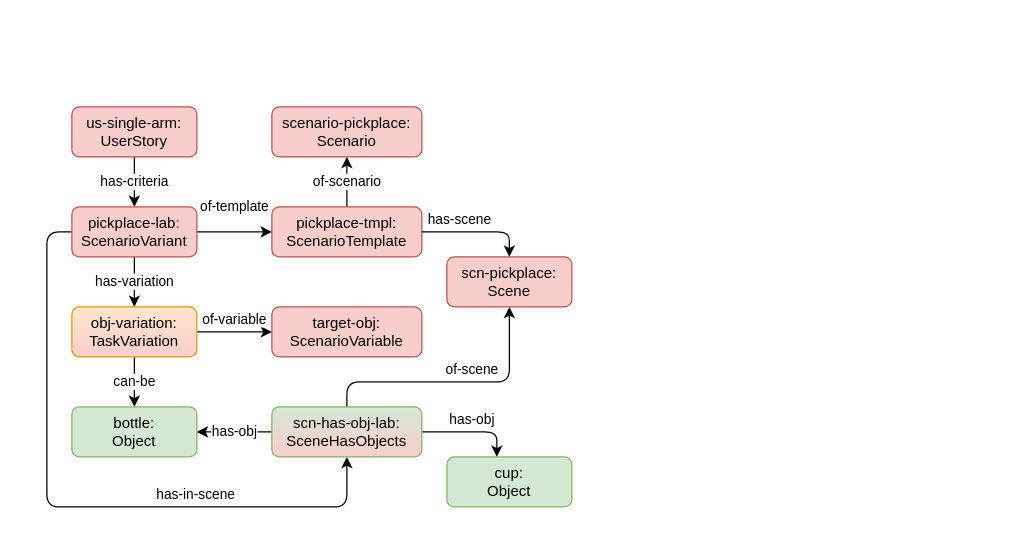
minhnh/drawio-diagrams keeps this draw.io diagram as page "pick-complete-composition" (7 of 7) of bdd-example-pickplace.drawio. Above is the earlier version. Source tidied: cells renumbered, new cells numbered last; positions are measured from the earlier drawing's top-left corner, leaving out a move shared by most shapes. Both pictures are drawn from the tidied source at 125%, with x=0, y=0 at pixel (46, 106).
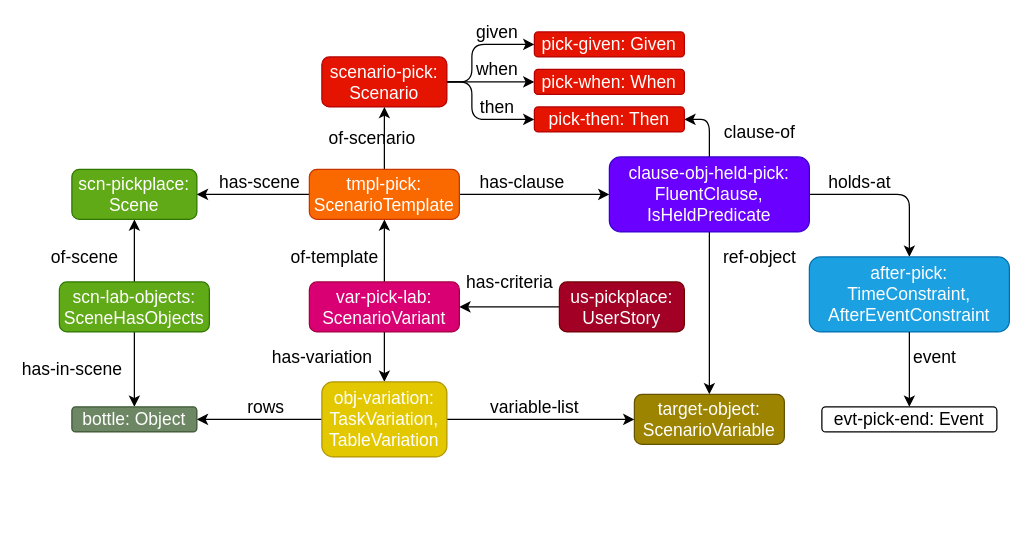
Above is the later version.

Commit message (it also covers changes not shown here):
update & color pickplace examples for bdd-dsl docs

The edit, as a diff of the source:
```diff
@@
-    <mxCell id="2" value="scenario-pickplace: Scenario" style="rounded=1;whiteSpace=wrap;html=1;fillColor=#f8cecc;strokeColor=#b85450;" parent="1" vertex="1">
-      <mxGeometry x="180" width="120" height="40" as="geometry" />
-    </mxCell>
+    <mxCell id="23" value="holds-at" style="edgeStyle=orthogonalEdgeStyle;shape=connector;rounded=1;jettySize=auto;html=1;labelBackgroundColor=default;strokeColor=default;align=center;verticalAlign=middle;fontFamily=Helvetica;fontSize=14;fontColor=default;endArrow=classic;" parent="1" edge="1" source="26" target="27">
+      <mxGeometry x="-0.38" y="10" relative="1" as="geometry">
+        <Array as="points">
+          <mxPoint x="690" y="70" />
+        </Array>
+      </mxGeometry>
+    </mxCell>
+    <mxCell id="24" value="clause-of" style="edgeStyle=orthogonalEdgeStyle;shape=connector;rounded=1;jettySize=auto;html=1;labelBackgroundColor=default;strokeColor=default;align=center;verticalAlign=middle;fontFamily=Helvetica;fontSize=14;fontColor=default;endArrow=classic;" parent="1" edge="1" source="26" target="31">
+      <mxGeometry x="-0.2" y="-40" relative="1" as="geometry">
+        <Array as="points">
+          <mxPoint x="530" y="10" />
+        </Array>
+      </mxGeometry>
+    </mxCell>
+    <mxCell id="25" value="ref-object" style="edgeStyle=orthogonalEdgeStyle;shape=connector;rounded=1;jettySize=auto;html=1;labelBackgroundColor=none;strokeColor=default;align=center;verticalAlign=middle;fontFamily=Helvetica;fontSize=14;fontColor=default;endArrow=classic;" parent="1" edge="1" source="26" target="35">
+      <mxGeometry x="-0.69" y="40" relative="1" as="geometry" />
+    </mxCell>
+    <mxCell id="26" value="clause-obj-held-pick: FluentClause,&lt;br&gt;IsHeldPredicate" style="rounded=1;whiteSpace=wrap;html=1;fillColor=#6a00ff;strokeColor=#3700CC;fontSize=14;labelBackgroundColor=none;fontColor=#ffffff;" parent="1" vertex="1">
+      <mxGeometry x="450" y="40" width="160" height="60" as="geometry" />
+    </mxCell>
+    <mxCell id="27" value="after-pick: TimeConstraint,&lt;br&gt;AfterEventConstraint" style="rounded=1;whiteSpace=wrap;html=1;fillColor=#1ba1e2;strokeColor=#006EAF;fontSize=14;labelBackgroundColor=none;fontColor=#ffffff;" parent="1" vertex="1">
+      <mxGeometry x="610" y="120" width="160" height="60" as="geometry" />
+    </mxCell>
+    <mxCell id="28" value="then" style="edgeStyle=orthogonalEdgeStyle;shape=connector;rounded=1;jettySize=auto;html=1;labelBackgroundColor=none;strokeColor=default;align=center;verticalAlign=middle;fontFamily=Helvetica;fontSize=14;fontColor=default;endArrow=classic;" parent="1" edge="1" source="30" target="31">
+      <mxGeometry x="0.4" y="10" relative="1" as="geometry">
+        <Array as="points">
+          <mxPoint x="340" y="-20" />
+          <mxPoint x="340" y="10" />
+        </Array>
+      </mxGeometry>
+    </mxCell>
+    <mxCell id="29" value="when" style="edgeStyle=orthogonalEdgeStyle;shape=connector;rounded=1;jettySize=auto;html=1;labelBackgroundColor=none;strokeColor=default;align=center;verticalAlign=middle;fontFamily=Helvetica;fontSize=14;fontColor=default;endArrow=classic;" parent="1" edge="1" source="30" target="33">
+      <mxGeometry x="0.14" y="10" relative="1" as="geometry" />
+    </mxCell>
+    <mxCell id="30" value="scenario-pick: Scenario" style="rounded=1;whiteSpace=wrap;html=1;fillColor=#e51400;strokeColor=#B20000;fontSize=14;labelBackgroundColor=none;fontColor=#ffffff;" parent="1" vertex="1">
+      <mxGeometry x="220" y="-40" width="100" height="40" as="geometry" />
+    </mxCell>
+    <mxCell id="31" value="pick-then: Then" style="rounded=1;whiteSpace=wrap;html=1;fillColor=#e51400;strokeColor=#B20000;fontSize=14;labelBackgroundColor=none;fontColor=#ffffff;" parent="1" vertex="1">
+      <mxGeometry x="390" width="120" height="20" as="geometry" />
+    </mxCell>
+    <mxCell id="32" value="pick-given: Given" style="rounded=1;whiteSpace=wrap;html=1;fillColor=#e51400;strokeColor=#B20000;fontSize=14;labelBackgroundColor=none;fontColor=#ffffff;" parent="1" vertex="1">
+      <mxGeometry x="390" y="-60" width="120" height="20" as="geometry" />
+    </mxCell>
+    <mxCell id="33" value="pick-when: When" style="rounded=1;whiteSpace=wrap;html=1;fillColor=#e51400;strokeColor=#B20000;fontSize=14;labelBackgroundColor=none;fontColor=#ffffff;" parent="1" vertex="1">
+      <mxGeometry x="390" y="-30" width="120" height="20" as="geometry" />
+    </mxCell>
+    <mxCell id="34" value="given" style="edgeStyle=orthogonalEdgeStyle;shape=connector;rounded=1;jettySize=auto;html=1;labelBackgroundColor=none;strokeColor=default;align=center;verticalAlign=middle;fontFamily=Helvetica;fontSize=14;fontColor=default;endArrow=classic;" parent="1" edge="1" source="30" target="32">
+      <mxGeometry x="0.4" y="10" relative="1" as="geometry">
+        <Array as="points">
+          <mxPoint x="340" y="-20" />
+          <mxPoint x="340" y="-50" />
+        </Array>
+      </mxGeometry>
+    </mxCell>
+    <mxCell id="35" value="target-object: ScenarioVariable" style="rounded=1;whiteSpace=wrap;html=1;fillColor=#9C8300;strokeColor=#635300;fontSize=14;labelBackgroundColor=none;fontColor=#ffffff;" parent="1" vertex="1">
+      <mxGeometry x="470" y="230" width="120" height="40" as="geometry" />
+    </mxCell>
+    <mxCell id="36" value="event" style="edgeStyle=orthogonalEdgeStyle;rounded=1;jettySize=auto;html=1;strokeColor=default;align=center;verticalAlign=middle;fontFamily=Helvetica;fontSize=14;fontColor=default;labelBackgroundColor=none;endArrow=classic;" parent="1" edge="1" source="27" target="37">
+      <mxGeometry x="-0.33" y="20" relative="1" as="geometry" />
+    </mxCell>
+    <mxCell id="37" value="evt-pick-end: Event" style="rounded=1;whiteSpace=wrap;html=1;fontSize=14;labelBackgroundColor=none;" parent="1" vertex="1">
+      <mxGeometry x="620" y="240" width="140" height="20" as="geometry" />
+    </mxCell>
+    <mxCell id="17" value="of-scene" style="edgeStyle=orthogonalEdgeStyle;shape=connector;rounded=1;jettySize=auto;html=1;strokeColor=default;align=center;verticalAlign=middle;fontFamily=Helvetica;fontSize=14;fontColor=default;labelBackgroundColor=none;endArrow=classic;" parent="1" edge="1" source="38" target="39">
+      <mxGeometry x="-0.2" y="40" relative="1" as="geometry" />
+    </mxCell>
+    <mxCell id="14" value="has-in-scene" style="edgeStyle=orthogonalEdgeStyle;shape=connector;rounded=1;jettySize=auto;html=1;strokeColor=default;align=center;verticalAlign=middle;fontFamily=Helvetica;fontSize=14;fontColor=default;labelBackgroundColor=none;endArrow=classic;" parent="1" edge="1" source="38" target="11">
+      <mxGeometry y="-50" relative="1" as="geometry" />
+    </mxCell>
+    <mxCell id="38" value="scn-lab-objects: SceneHasObjects" style="rounded=1;whiteSpace=wrap;html=1;fillColor=#60A917;strokeColor=#2D7600;gradientColor=none;fontColor=#FFFFFF;fontSize=14;" parent="1" vertex="1">
+      <mxGeometry x="10" y="140" width="120" height="40" as="geometry" />
+    </mxCell>
+    <mxCell id="39" value="scn-pickplace&lt;span style=&quot;background-color: transparent; color: light-dark(rgb(255, 255, 255), rgb(18, 18, 18));&quot;&gt;:&lt;/span&gt;&lt;div&gt;Scene&lt;/div&gt;" style="rounded=1;whiteSpace=wrap;html=1;fillColor=#60A917;strokeColor=#2D7600;fontColor=#FFFFFF;fontSize=14;" parent="1" vertex="1">
+      <mxGeometry x="20" y="50" width="100" height="40" as="geometry" />
+    </mxCell>
-    <mxCell id="3" value="of-scenario" style="edgeStyle=orthogonalEdgeStyle;shape=connector;rounded=1;jettySize=auto;html=1;labelBackgroundColor=default;strokeColor=default;align=center;verticalAlign=middle;fontFamily=Helvetica;fontSize=11;fontColor=default;endArrow=classic;" parent="1" edge="1" source="4" target="2">
-      <mxGeometry relative="1" as="geometry" />
+    <mxCell id="3" value="of-scenario" style="edgeStyle=orthogonalEdgeStyle;shape=connector;rounded=1;jettySize=auto;html=1;strokeColor=default;align=center;verticalAlign=middle;fontFamily=Helvetica;fontSize=14;fontColor=default;labelBackgroundColor=none;endArrow=classic;" parent="1" edge="1" source="41" target="30">
+      <mxGeometry y="10" relative="1" as="geometry" />
     </mxCell>
-    <mxCell id="4" value="pickplace-tmpl: ScenarioTemplate" style="rounded=1;whiteSpace=wrap;html=1;fillColor=#f8cecc;strokeColor=#b85450;" parent="1" vertex="1">
-      <mxGeometry x="180" y="80" width="120" height="40" as="geometry" />
-    </mxCell>
-    <mxCell id="5" value="target-obj: ScenarioVariable" style="rounded=1;whiteSpace=wrap;html=1;fillColor=#f8cecc;strokeColor=#b85450;" parent="1" vertex="1">
-      <mxGeometry x="180" y="160" width="120" height="40" as="geometry" />
-    </mxCell>
+    <mxCell id="40" value="has-clause" style="edgeStyle=orthogonalEdgeStyle;shape=connector;rounded=1;jettySize=auto;html=1;strokeColor=default;align=center;verticalAlign=middle;fontFamily=Helvetica;fontSize=14;fontColor=default;labelBackgroundColor=none;endArrow=classic;" parent="1" edge="1" source="41" target="26">
+      <mxGeometry x="-0.17" y="10" relative="1" as="geometry" />
+    </mxCell>
+    <mxCell id="20" value="has-scene" style="edgeStyle=orthogonalEdgeStyle;shape=connector;rounded=1;jettySize=auto;html=1;strokeColor=default;align=center;verticalAlign=middle;fontFamily=Helvetica;fontSize=14;fontColor=default;labelBackgroundColor=none;endArrow=classic;" parent="1" edge="1" source="41" target="39">
+      <mxGeometry x="-0.11" y="-10" relative="1" as="geometry" />
+    </mxCell>
+    <mxCell id="41" value="tmpl-pick: ScenarioTemplate" style="rounded=1;whiteSpace=wrap;html=1;fillColor=#fa6800;strokeColor=#C73500;fontSize=14;fontColor=#FFFFFF;" parent="1" vertex="1">
+      <mxGeometry x="210" y="50" width="120" height="40" as="geometry" />
+    </mxCell>
+    <mxCell id="13" value="of-template" style="edgeStyle=orthogonalEdgeStyle;shape=connector;rounded=1;jettySize=auto;html=1;strokeColor=default;align=center;verticalAlign=middle;fontFamily=Helvetica;fontSize=14;fontColor=default;labelBackgroundColor=none;endArrow=classic;" parent="1" edge="1" source="42" target="41">
+      <mxGeometry x="-0.2" y="40" relative="1" as="geometry" />
+    </mxCell>
+    <mxCell id="12" value="has-variation" style="edgeStyle=orthogonalEdgeStyle;shape=connector;rounded=1;jettySize=auto;html=1;strokeColor=default;align=center;verticalAlign=middle;fontFamily=Helvetica;fontSize=14;fontColor=default;labelBackgroundColor=none;endArrow=classic;" parent="1" edge="1" source="42" target="46">
+      <mxGeometry y="-50" relative="1" as="geometry" />
+    </mxCell>
+    <mxCell id="42" value="var-pick-lab: ScenarioVariant" style="rounded=1;whiteSpace=wrap;html=1;fillColor=#d80073;strokeColor=#A50040;fontSize=14;fontColor=#ffffff;" parent="1" vertex="1">
+      <mxGeometry x="210" y="140" width="120" height="40" as="geometry" />
+    </mxCell>
-    <mxCell id="6" value="has-criteria" style="edgeStyle=orthogonalEdgeStyle;rounded=1;jettySize=auto;html=1;labelBackgroundColor=default;" parent="1" edge="1" source="7" target="15">
-      <mxGeometry relative="1" as="geometry" />
+    <mxCell id="6" value="has-criteria" style="edgeStyle=orthogonalEdgeStyle;shape=connector;rounded=1;jettySize=auto;html=1;strokeColor=default;align=center;verticalAlign=middle;fontFamily=Helvetica;fontSize=14;fontColor=default;labelBackgroundColor=none;endArrow=classic;" parent="1" edge="1" source="43" target="42">
+      <mxGeometry y="-20" relative="1" as="geometry" />
     </mxCell>
-    <mxCell id="7" value="us-single-arm: UserStory" style="rounded=1;whiteSpace=wrap;html=1;fillColor=#f8cecc;strokeColor=#b85450;" parent="1" vertex="1">
-      <mxGeometry x="20" width="100" height="40" as="geometry" />
-    </mxCell>
-    <mxCell id="8" value="can-be" style="edgeStyle=orthogonalEdgeStyle;rounded=1;jettySize=auto;html=1;labelBackgroundColor=default;" parent="1" edge="1" source="10" target="11">
-      <mxGeometry relative="1" as="geometry" />
-    </mxCell>
-    <mxCell id="9" value="of-variable" style="edgeStyle=orthogonalEdgeStyle;shape=connector;rounded=1;jettySize=auto;html=1;labelBackgroundColor=default;strokeColor=default;align=center;verticalAlign=middle;fontFamily=Helvetica;fontSize=11;fontColor=default;endArrow=classic;jumpStyle=arc;" parent="1" edge="1" source="10" target="5">
-      <mxGeometry y="10" relative="1" as="geometry" />
-    </mxCell>
-    <mxCell id="10" value="obj-variation: TaskVariation" style="rounded=1;whiteSpace=wrap;html=1;fillColor=#ffe6cc;strokeColor=#d79b00;gradientColor=#F8CECC;" parent="1" vertex="1">
-      <mxGeometry x="20" y="160" width="100" height="40" as="geometry" />
-    </mxCell>
+    <mxCell id="43" value="us-pickplace: UserStory" style="rounded=1;whiteSpace=wrap;html=1;fontSize=14;fillColor=#a20025;strokeColor=#6F0000;fontColor=#ffffff;" parent="1" vertex="1">
+      <mxGeometry x="410" y="140" width="100" height="40" as="geometry" />
+    </mxCell>
+    <mxCell id="44" value="variable-list" style="edgeStyle=orthogonalEdgeStyle;shape=connector;rounded=1;jettySize=auto;html=1;strokeColor=default;align=center;verticalAlign=middle;fontFamily=Helvetica;fontSize=14;fontColor=default;labelBackgroundColor=none;endArrow=classic;" parent="1" edge="1" source="46" target="35">
+      <mxGeometry x="-0.07" y="10" relative="1" as="geometry" />
+    </mxCell>
+    <mxCell id="45" value="rows" style="edgeStyle=orthogonalEdgeStyle;shape=connector;rounded=1;jettySize=auto;html=1;strokeColor=default;align=center;verticalAlign=middle;fontFamily=Helvetica;fontSize=14;fontColor=default;labelBackgroundColor=none;endArrow=classic;" parent="1" edge="1" source="46" target="11">
+      <mxGeometry x="-0.11" y="-10" relative="1" as="geometry" />
+    </mxCell>
+    <mxCell id="46" value="obj-variation: TaskVariation, TableVariation" style="rounded=1;whiteSpace=wrap;html=1;fontSize=14;fillColor=#e3c800;strokeColor=#B09500;fontColor=#FFFFFF;" parent="1" vertex="1">
+      <mxGeometry x="220" y="220" width="100" height="60" as="geometry" />
+    </mxCell>
-    <mxCell id="11" value="bottle:&lt;br&gt;Object" style="rounded=1;whiteSpace=wrap;html=1;fillColor=#d5e8d4;strokeColor=#82b366;" parent="1" vertex="1">
-      <mxGeometry x="20" y="240" width="100" height="40" as="geometry" />
+    <mxCell id="11" value="bottle: Object" style="rounded=1;whiteSpace=wrap;html=1;fontSize=14;fillColor=#6d8764;fontColor=#ffffff;strokeColor=#3A5431;" parent="1" vertex="1">
+      <mxGeometry x="20" y="240" width="100" height="20" as="geometry" />
     </mxCell>
-    <mxCell id="12" value="has-variation" style="edgeStyle=orthogonalEdgeStyle;rounded=1;jettySize=auto;html=1;labelBackgroundColor=default;" parent="1" edge="1" source="15" target="10">
-      <mxGeometry relative="1" as="geometry">
-        <Array as="points">
-          <mxPoint x="67.5" y="180" />
-          <mxPoint x="67.5" y="180" />
-        </Array>
-      </mxGeometry>
-    </mxCell>
-    <mxCell id="13" value="of-template" style="edgeStyle=orthogonalEdgeStyle;rounded=0;jettySize=auto;html=1;" parent="1" edge="1" source="15" target="4">
-      <mxGeometry y="20" relative="1" as="geometry" />
-    </mxCell>
-    <mxCell id="14" value="has-in-scene" style="edgeStyle=orthogonalEdgeStyle;shape=connector;rounded=1;jettySize=auto;html=1;labelBackgroundColor=default;strokeColor=default;align=center;verticalAlign=middle;fontFamily=Helvetica;fontSize=11;fontColor=default;endArrow=classic;" parent="1" edge="1" source="15" target="19">
-      <mxGeometry x="0.38" y="10" relative="1" as="geometry">
-        <Array as="points">
-          <mxPoint y="100" />
-          <mxPoint y="320" />
-          <mxPoint x="240" y="320" />
-        </Array>
-      </mxGeometry>
-    </mxCell>
-    <mxCell id="15" value="pickplace-lab: ScenarioVariant" style="rounded=1;whiteSpace=wrap;html=1;fillColor=#f8cecc;strokeColor=#b85450;" parent="1" vertex="1">
-      <mxGeometry x="20" y="80" width="100" height="40" as="geometry" />
-    </mxCell>
-    <mxCell id="16" value="has-obj" style="edgeStyle=orthogonalEdgeStyle;shape=connector;rounded=1;jettySize=auto;html=1;labelBackgroundColor=default;strokeColor=default;align=center;verticalAlign=middle;fontFamily=Helvetica;fontSize=11;fontColor=default;endArrow=classic;" parent="1" edge="1" source="19" target="11">
-      <mxGeometry relative="1" as="geometry" />
-    </mxCell>
-    <mxCell id="17" value="of-scene" style="edgeStyle=orthogonalEdgeStyle;shape=connector;rounded=1;jettySize=auto;html=1;labelBackgroundColor=default;strokeColor=default;align=center;verticalAlign=middle;fontFamily=Helvetica;fontSize=11;fontColor=default;endArrow=classic;" parent="1" edge="1" source="19" target="21">
-      <mxGeometry x="0.14" y="10" relative="1" as="geometry">
-        <Array as="points">
-          <mxPoint x="240" y="220" />
-          <mxPoint x="370" y="220" />
-        </Array>
-      </mxGeometry>
-    </mxCell>
-    <mxCell id="18" value="has-obj" style="edgeStyle=orthogonalEdgeStyle;shape=connector;rounded=1;jettySize=auto;html=1;labelBackgroundColor=default;strokeColor=default;align=center;verticalAlign=middle;fontFamily=Helvetica;fontSize=11;fontColor=default;endArrow=classic;" parent="1" edge="1" source="19" target="22">
-      <mxGeometry y="10" relative="1" as="geometry">
-        <Array as="points">
-          <mxPoint x="360" y="260" />
-        </Array>
-      </mxGeometry>
-    </mxCell>
-    <mxCell id="19" value="scn-has-obj-lab: SceneHasObjects" style="rounded=1;whiteSpace=wrap;html=1;fillColor=#d5e8d4;strokeColor=#82b366;gradientColor=#F8CECC;" parent="1" vertex="1">
-      <mxGeometry x="180" y="240" width="120" height="40" as="geometry" />
-    </mxCell>
-    <mxCell id="20" value="has-scene" style="edgeStyle=orthogonalEdgeStyle;shape=connector;rounded=1;jettySize=auto;html=1;labelBackgroundColor=default;strokeColor=default;align=center;verticalAlign=middle;fontFamily=Helvetica;fontSize=11;fontColor=default;endArrow=classic;" parent="1" edge="1" source="4" target="21">
-      <mxGeometry x="-0.33" y="10" relative="1" as="geometry">
-        <Array as="points">
-          <mxPoint x="370" y="100" />
-        </Array>
-      </mxGeometry>
-    </mxCell>
-    <mxCell id="21" value="scn-pickplace: Scene" style="rounded=1;whiteSpace=wrap;html=1;fillColor=#f8cecc;strokeColor=#b85450;" parent="1" vertex="1">
-      <mxGeometry x="320" y="120" width="100" height="40" as="geometry" />
-    </mxCell>
-    <mxCell id="22" value="cup:&lt;br&gt;Object" style="rounded=1;whiteSpace=wrap;html=1;fillColor=#d5e8d4;strokeColor=#82b366;" parent="1" vertex="1">
-      <mxGeometry x="320" y="280" width="100" height="40" as="geometry" />
-    </mxCell>
```
